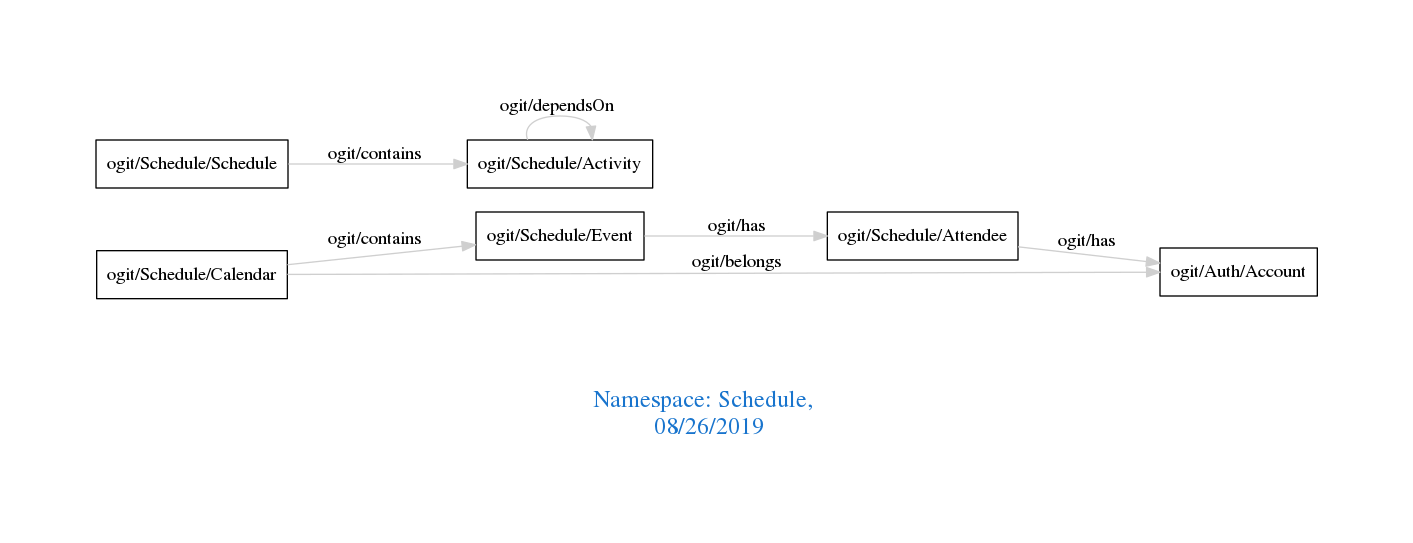
arago/OGIT keeps this Graphviz diagram as downloads/Schedule.png. Above is the earlier version. Its source is kept beside it as downloads/Schedule.dot.
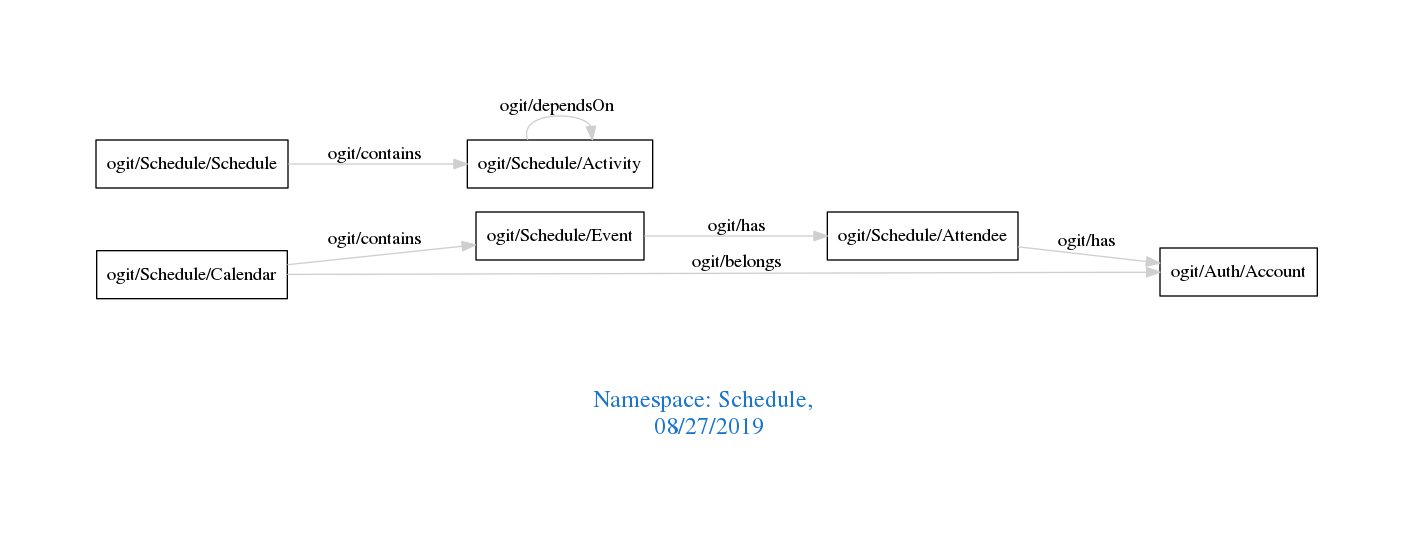
The same diagram one commit later.

The edit, as a diff of the source:
```diff
@@ -1,7 +1,7 @@
 digraph OGIT_ontology {
  graph [ rankdir= LR,pad=1
 fontsize = 18,
-fontcolor= dodgerblue3,label = "\n\n\nNamespace: Schedule, \n 08/26/2019"];
+fontcolor= dodgerblue3,label = "\n\n\nNamespace: Schedule, \n 08/27/2019"];
 node[shape=polygon];
 edge [  color="gray81"];
 
```
